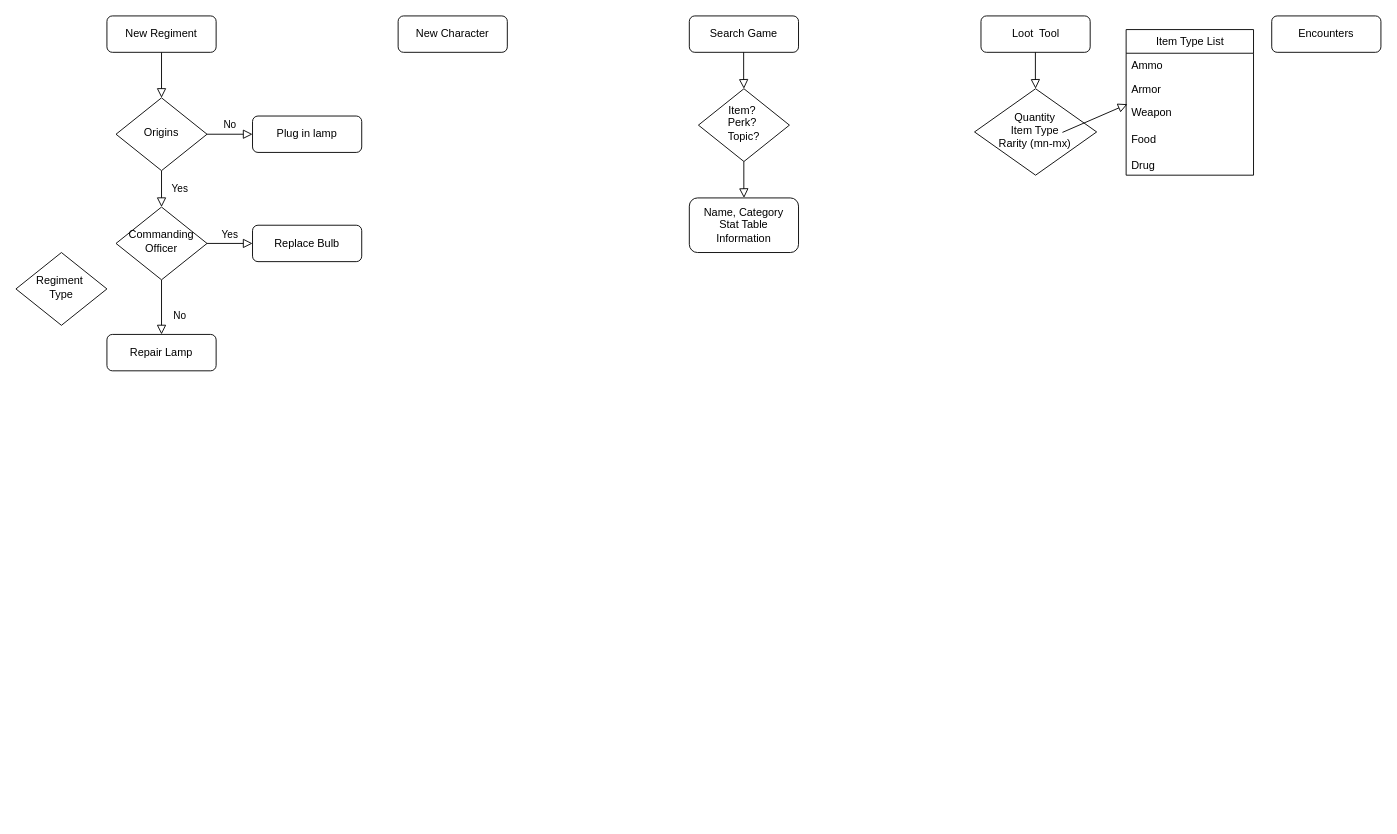
Earlier version of the draw.io diagram wh40k.drawio (stsan0/stsan0.github.io). Source tidied: cells renumbered, new cells numbered last; positions are measured from the earlier drawing's top-left corner, leaving out a move shared by most shapes. Both pictures are drawn from the tidied source at 91%, with x=0, y=0 at pixel (15, 15).
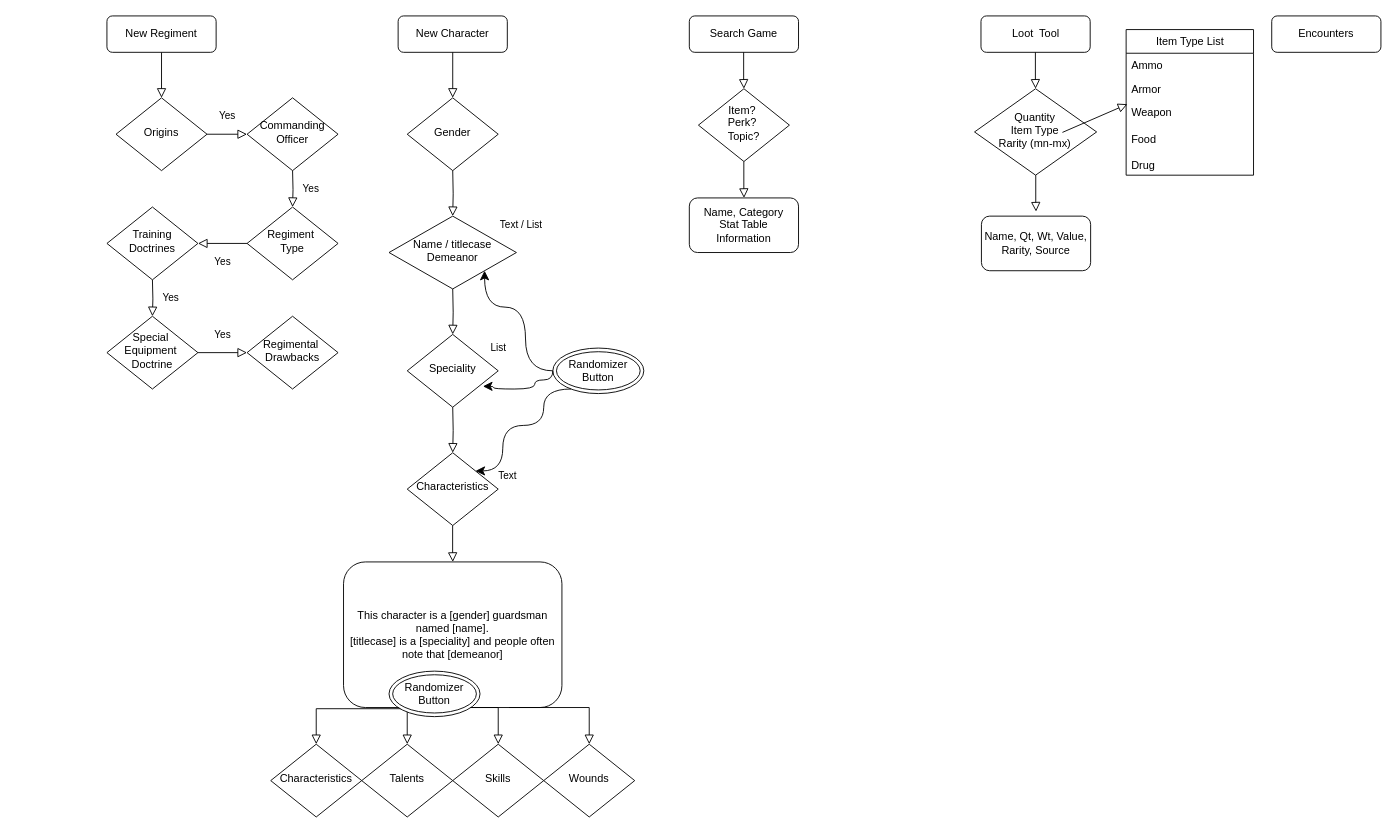
The same page after the edit.

Unchanged cells that the change refers to:
```xml
<mxCell id="6" value="Origins" style="rhombus;whiteSpace=wrap;html=1;shadow=0;fontFamily=Helvetica;fontSize=12;align=center;strokeWidth=1;spacing=6;spacingTop=-4;" parent="1" vertex="1">
  <mxGeometry x="110" y="90" width="100" height="80" as="geometry" />
</mxCell>
<mxCell id="13" value="New Character" style="rounded=1;whiteSpace=wrap;html=1;fontSize=12;glass=0;strokeWidth=1;shadow=0;" parent="1" vertex="1">
  <mxGeometry x="420" width="120" height="40" as="geometry" />
</mxCell>
```

The edit, as a diff of the source:
```diff
@@
-    <mxCell id="5" value="No" style="edgeStyle=orthogonalEdgeStyle;rounded=0;html=1;jettySize=auto;fontSize=11;endArrow=block;endFill=0;endSize=8;strokeWidth=1;shadow=0;labelBackgroundColor=none;" parent="1" edge="1" source="6" target="7">
-      <mxGeometry y="10" relative="1" as="geometry" />
-    </mxCell>
@@
-    <mxCell id="7" value="Plug in lamp" style="rounded=1;whiteSpace=wrap;html=1;fontSize=12;glass=0;strokeWidth=1;shadow=0;" parent="1" vertex="1">
-      <mxGeometry x="260" y="110" width="120" height="40" as="geometry" />
-    </mxCell>
-    <mxCell id="8" value="No" style="rounded=0;html=1;jettySize=auto;endArrow=block;endFill=0;endSize=8;strokeWidth=1;shadow=0;edgeStyle=orthogonalEdgeStyle;" parent="1" edge="1" source="10" target="11">
-      <mxGeometry x="0.33" y="20" relative="1" as="geometry" />
-    </mxCell>
-    <mxCell id="9" value="Yes" style="edgeStyle=orthogonalEdgeStyle;rounded=0;html=1;jettySize=auto;fontSize=11;endArrow=block;endFill=0;endSize=8;strokeWidth=1;shadow=0;labelBackgroundColor=none;" parent="1" edge="1" source="10" target="12">
-      <mxGeometry y="10" relative="1" as="geometry" />
-    </mxCell>
     <mxCell id="10" value="&lt;div&gt;Commanding Officer&lt;/div&gt;" style="rhombus;whiteSpace=wrap;html=1;shadow=0;fontFamily=Helvetica;fontSize=12;align=center;strokeWidth=1;spacing=6;spacingTop=-4;" parent="1" vertex="1">
-      <mxGeometry x="110" y="210" width="100" height="80" as="geometry" />
+      <mxGeometry x="254" y="90" width="100" height="80" as="geometry" />
     </mxCell>
-    <mxCell id="11" value="Repair Lamp" style="rounded=1;whiteSpace=wrap;html=1;fontSize=12;glass=0;strokeWidth=1;shadow=0;" parent="1" vertex="1">
-      <mxGeometry x="100" y="350" width="120" height="40" as="geometry" />
-    </mxCell>
-    <mxCell id="12" value="Replace Bulb" style="rounded=1;whiteSpace=wrap;html=1;fontSize=12;glass=0;strokeWidth=1;shadow=0;" parent="1" vertex="1">
-      <mxGeometry x="260" y="230" width="120" height="40" as="geometry" />
-    </mxCell>
@@
+    <mxCell id="29" value="Yes" style="rounded=0;html=1;jettySize=auto;fontSize=11;endArrow=block;endFill=0;endSize=8;strokeWidth=1;shadow=0;labelBackgroundColor=none;edgeStyle=orthogonalEdgeStyle;" parent="1" edge="1" target="28">
+      <mxGeometry y="20" relative="1" as="geometry">
+        <mxPoint x="304" y="170" as="sourcePoint" />
+      </mxGeometry>
+    </mxCell>
     <mxCell id="28" value="&lt;div&gt;Regiment&amp;nbsp;&lt;/div&gt;&lt;div&gt;Type&lt;/div&gt;" style="rhombus;whiteSpace=wrap;html=1;shadow=0;fontFamily=Helvetica;fontSize=12;align=center;strokeWidth=1;spacing=6;spacingTop=-4;" parent="1" vertex="1">
-      <mxGeometry y="260" width="100" height="80" as="geometry" />
+      <mxGeometry x="254" y="210" width="100" height="80" as="geometry" />
     </mxCell>
+    <mxCell id="30" value="Yes" style="rounded=0;html=1;jettySize=auto;fontSize=11;endArrow=block;endFill=0;endSize=8;strokeWidth=1;shadow=0;labelBackgroundColor=none;edgeStyle=orthogonalEdgeStyle;entryX=1;entryY=0.5;entryDx=0;entryDy=0;exitX=0;exitY=0.5;exitDx=0;exitDy=0;" parent="1" edge="1" source="28" target="31">
+      <mxGeometry y="20" relative="1" as="geometry" />
+    </mxCell>
+    <mxCell id="31" value="&lt;div&gt;Training Doctrines&lt;/div&gt;" style="rhombus;whiteSpace=wrap;html=1;shadow=0;fontFamily=Helvetica;fontSize=12;align=center;strokeWidth=1;spacing=6;spacingTop=-4;" parent="1" vertex="1">
+      <mxGeometry x="100" y="210" width="100" height="80" as="geometry" />
+    </mxCell>
+    <mxCell id="32" value="Yes" style="rounded=0;html=1;jettySize=auto;fontSize=11;endArrow=block;endFill=0;endSize=8;strokeWidth=1;shadow=0;labelBackgroundColor=none;edgeStyle=orthogonalEdgeStyle;" parent="1" edge="1" target="33">
+      <mxGeometry y="20" relative="1" as="geometry">
+        <mxPoint x="150" y="290" as="sourcePoint" />
+      </mxGeometry>
+    </mxCell>
+    <mxCell id="33" value="&lt;div&gt;Special&amp;nbsp;&lt;/div&gt;&lt;div&gt;Equipment&amp;nbsp;&lt;/div&gt;&lt;div&gt;Doctrine&lt;/div&gt;" style="rhombus;whiteSpace=wrap;html=1;shadow=0;fontFamily=Helvetica;fontSize=12;align=center;strokeWidth=1;spacing=6;spacingTop=-4;" parent="1" vertex="1">
+      <mxGeometry x="100" y="330" width="100" height="80" as="geometry" />
+    </mxCell>
+    <mxCell id="34" value="Yes" style="rounded=0;html=1;jettySize=auto;fontSize=11;endArrow=block;endFill=0;endSize=8;strokeWidth=1;shadow=0;labelBackgroundColor=none;edgeStyle=orthogonalEdgeStyle;exitX=1;exitY=0.5;exitDx=0;exitDy=0;" parent="1" edge="1" source="33" target="35">
+      <mxGeometry y="20" relative="1" as="geometry" />
+    </mxCell>
+    <mxCell id="35" value="&lt;div&gt;Regimental&amp;nbsp;&lt;/div&gt;&lt;div&gt;Drawbacks&lt;/div&gt;" style="rhombus;whiteSpace=wrap;html=1;shadow=0;fontFamily=Helvetica;fontSize=12;align=center;strokeWidth=1;spacing=6;spacingTop=-4;" parent="1" vertex="1">
+      <mxGeometry x="254" y="330" width="100" height="80" as="geometry" />
+    </mxCell>
+    <mxCell id="36" style="rounded=0;html=1;jettySize=auto;fontSize=11;endArrow=block;endFill=0;endSize=8;strokeWidth=1;shadow=0;labelBackgroundColor=none;edgeStyle=orthogonalEdgeStyle;exitX=0.5;exitY=1;exitDx=0;exitDy=0;" parent="1" edge="1" source="13" target="37">
+      <mxGeometry relative="1" as="geometry" />
+    </mxCell>
+    <mxCell id="37" value="Gender" style="rhombus;whiteSpace=wrap;html=1;shadow=0;fontFamily=Helvetica;fontSize=12;align=center;strokeWidth=1;spacing=6;spacingTop=-4;" parent="1" vertex="1">
+      <mxGeometry x="430" y="90" width="100" height="80" as="geometry" />
+    </mxCell>
+    <mxCell id="38" style="rounded=0;html=1;jettySize=auto;fontSize=11;endArrow=block;endFill=0;endSize=8;strokeWidth=1;shadow=0;labelBackgroundColor=none;edgeStyle=orthogonalEdgeStyle;" parent="1" edge="1" target="39">
+      <mxGeometry relative="1" as="geometry">
+        <mxPoint x="480" y="170" as="sourcePoint" />
+      </mxGeometry>
+    </mxCell>
+    <mxCell id="39" value="Name / titlecase&lt;div&gt;Demeanor&lt;/div&gt;" style="rhombus;whiteSpace=wrap;html=1;shadow=0;fontFamily=Helvetica;fontSize=12;align=center;strokeWidth=1;spacing=6;spacingTop=-4;" parent="1" vertex="1">
+      <mxGeometry x="410" y="220" width="140" height="80" as="geometry" />
+    </mxCell>
+    <mxCell id="40" style="rounded=0;html=1;jettySize=auto;fontSize=11;endArrow=block;endFill=0;endSize=8;strokeWidth=1;shadow=0;labelBackgroundColor=none;edgeStyle=orthogonalEdgeStyle;" parent="1" edge="1" target="41">
+      <mxGeometry relative="1" as="geometry">
+        <mxPoint x="480" y="300" as="sourcePoint" />
+      </mxGeometry>
+    </mxCell>
+    <mxCell id="41" value="Speciality" style="rhombus;whiteSpace=wrap;html=1;shadow=0;fontFamily=Helvetica;fontSize=12;align=center;strokeWidth=1;spacing=6;spacingTop=-4;" parent="1" vertex="1">
+      <mxGeometry x="430" y="350" width="100" height="80" as="geometry" />
+    </mxCell>
+    <mxCell id="42" style="rounded=0;html=1;jettySize=auto;fontSize=11;endArrow=block;endFill=0;endSize=8;strokeWidth=1;shadow=0;labelBackgroundColor=none;edgeStyle=orthogonalEdgeStyle;" parent="1" edge="1" target="43">
+      <mxGeometry relative="1" as="geometry">
+        <mxPoint x="480" y="430" as="sourcePoint" />
+      </mxGeometry>
+    </mxCell>
+    <mxCell id="43" value="Characteristics" style="rhombus;whiteSpace=wrap;html=1;shadow=0;fontFamily=Helvetica;fontSize=12;align=center;strokeWidth=1;spacing=6;spacingTop=-4;" parent="1" vertex="1">
+      <mxGeometry x="430" y="480" width="100" height="80" as="geometry" />
+    </mxCell>
+    <mxCell id="44" value="Name, Qt, Wt, Value, Rarity, Source" style="rounded=1;whiteSpace=wrap;html=1;fontSize=12;glass=0;strokeWidth=1;shadow=0;" parent="1" vertex="1">
+      <mxGeometry x="1061" y="220" width="120" height="60" as="geometry" />
+    </mxCell>
+    <mxCell id="45" style="rounded=0;html=1;jettySize=auto;orthogonalLoop=1;fontSize=11;endArrow=block;endFill=0;endSize=8;strokeWidth=1;shadow=0;labelBackgroundColor=none;edgeStyle=orthogonalEdgeStyle;" parent="1" edge="1">
+      <mxGeometry relative="1" as="geometry">
+        <mxPoint x="1120.7" y="175" as="sourcePoint" />
+        <mxPoint x="1121" y="215" as="targetPoint" />
+        <Array as="points">
+          <mxPoint x="1120.7" y="205" />
+          <mxPoint x="1120.7" y="205" />
+        </Array>
+      </mxGeometry>
+    </mxCell>
+    <mxCell id="46" value="This character is a [gender] guardsman named [name].&lt;div&gt;[titlecase] is a [speciality] and people often note that [demeanor]&lt;/div&gt;" style="rounded=1;whiteSpace=wrap;html=1;fontSize=12;glass=0;strokeWidth=1;shadow=0;" parent="1" vertex="1">
+      <mxGeometry x="360" y="600" width="240" height="160" as="geometry" />
+    </mxCell>
+    <mxCell id="47" style="rounded=0;html=1;jettySize=auto;orthogonalLoop=1;fontSize=11;endArrow=block;endFill=0;endSize=8;strokeWidth=1;shadow=0;labelBackgroundColor=none;edgeStyle=orthogonalEdgeStyle;" parent="1" edge="1">
+      <mxGeometry relative="1" as="geometry">
+        <mxPoint x="479.9" y="560" as="sourcePoint" />
+        <mxPoint x="480.1" y="600" as="targetPoint" />
+        <Array as="points">
+          <mxPoint x="479.9" y="590" />
+          <mxPoint x="479.9" y="590" />
+        </Array>
+      </mxGeometry>
+    </mxCell>
+    <mxCell id="48" style="rounded=0;html=1;jettySize=auto;fontSize=11;endArrow=block;endFill=0;endSize=8;strokeWidth=1;shadow=0;labelBackgroundColor=none;edgeStyle=orthogonalEdgeStyle;" parent="1" edge="1" target="49">
+      <mxGeometry relative="1" as="geometry">
+        <mxPoint x="440" y="760.3" as="sourcePoint" />
+        <Array as="points">
+          <mxPoint x="450" y="760.3" />
+          <mxPoint x="450" y="761.3" />
+          <mxPoint x="330" y="761.3" />
+        </Array>
+      </mxGeometry>
+    </mxCell>
+    <mxCell id="49" value="Characteristics" style="rhombus;whiteSpace=wrap;html=1;shadow=0;fontFamily=Helvetica;fontSize=12;align=center;strokeWidth=1;spacing=6;spacingTop=-4;" parent="1" vertex="1">
+      <mxGeometry x="280" y="800.3" width="100" height="80" as="geometry" />
+    </mxCell>
+    <mxCell id="50" style="rounded=0;html=1;jettySize=auto;fontSize=11;endArrow=block;endFill=0;endSize=8;strokeWidth=1;shadow=0;labelBackgroundColor=none;edgeStyle=orthogonalEdgeStyle;entryX=0.5;entryY=0;entryDx=0;entryDy=0;" parent="1" edge="1" target="51">
+      <mxGeometry relative="1" as="geometry">
+        <mxPoint x="430" y="760.3" as="sourcePoint" />
+        <Array as="points">
+          <mxPoint x="430" y="780.3" />
+          <mxPoint x="430" y="780.3" />
+        </Array>
+      </mxGeometry>
+    </mxCell>
+    <mxCell id="51" value="Talents" style="rhombus;whiteSpace=wrap;html=1;shadow=0;fontFamily=Helvetica;fontSize=12;align=center;strokeWidth=1;spacing=6;spacingTop=-4;" parent="1" vertex="1">
+      <mxGeometry x="380" y="800.3" width="100" height="80" as="geometry" />
+    </mxCell>
+    <mxCell id="52" style="rounded=0;html=1;jettySize=auto;fontSize=11;endArrow=block;endFill=0;endSize=8;strokeWidth=1;shadow=0;labelBackgroundColor=none;edgeStyle=orthogonalEdgeStyle;entryX=0.5;entryY=0;entryDx=0;entryDy=0;exitX=0.543;exitY=0.998;exitDx=0;exitDy=0;exitPerimeter=0;" parent="1" edge="1" target="53">
+      <mxGeometry relative="1" as="geometry">
+        <mxPoint x="450.3" y="760" as="sourcePoint" />
+        <Array as="points">
+          <mxPoint x="530" y="760.3" />
+        </Array>
+      </mxGeometry>
+    </mxCell>
+    <mxCell id="53" value="Skills" style="rhombus;whiteSpace=wrap;html=1;shadow=0;fontFamily=Helvetica;fontSize=12;align=center;strokeWidth=1;spacing=6;spacingTop=-4;" parent="1" vertex="1">
+      <mxGeometry x="480" y="800.3" width="100" height="80" as="geometry" />
+    </mxCell>
+    <mxCell id="54" style="rounded=0;html=1;jettySize=auto;fontSize=11;endArrow=block;endFill=0;endSize=8;strokeWidth=1;shadow=0;labelBackgroundColor=none;edgeStyle=orthogonalEdgeStyle;entryX=0.5;entryY=0;entryDx=0;entryDy=0;exitX=0.925;exitY=0.998;exitDx=0;exitDy=0;exitPerimeter=0;" parent="1" edge="1" target="55">
+      <mxGeometry relative="1" as="geometry">
+        <mxPoint x="542" y="760" as="sourcePoint" />
+        <Array as="points">
+          <mxPoint x="630" y="760.3" />
+        </Array>
+      </mxGeometry>
+    </mxCell>
+    <mxCell id="55" value="Wounds" style="rhombus;whiteSpace=wrap;html=1;shadow=0;fontFamily=Helvetica;fontSize=12;align=center;strokeWidth=1;spacing=6;spacingTop=-4;" parent="1" vertex="1">
+      <mxGeometry x="580" y="800.3" width="100" height="80" as="geometry" />
+    </mxCell>
+    <mxCell id="56" value="Text / List" style="text;html=1;align=center;verticalAlign=middle;strokeColor=none;fillColor=none;fontFamily=Helvetica;fontSize=11;fontColor=default;labelBackgroundColor=none;" parent="1" vertex="1">
+      <mxGeometry x="520" y="215" width="70" height="30" as="geometry" />
+    </mxCell>
+    <mxCell id="57" value="List" style="text;html=1;align=center;verticalAlign=middle;strokeColor=none;fillColor=none;fontFamily=Helvetica;fontSize=11;fontColor=default;labelBackgroundColor=none;" parent="1" vertex="1">
+      <mxGeometry x="510" y="350" width="40" height="30" as="geometry" />
+    </mxCell>
+    <mxCell id="58" value="Text" style="text;html=1;align=center;verticalAlign=middle;strokeColor=none;fillColor=none;fontFamily=Helvetica;fontSize=11;fontColor=default;labelBackgroundColor=none;" parent="1" vertex="1">
+      <mxGeometry x="520" y="490" width="40" height="30" as="geometry" />
+    </mxCell>
+    <mxCell id="59" value="&lt;span style=&quot;font-size: 12px;&quot;&gt;Randomizer Button&lt;/span&gt;" style="ellipse;shape=doubleEllipse;whiteSpace=wrap;html=1;fontFamily=Helvetica;fontSize=11;fontColor=default;labelBackgroundColor=none;" parent="1" vertex="1">
+      <mxGeometry x="590" y="365" width="100" height="50" as="geometry" />
+    </mxCell>
+    <mxCell id="60" style="curved=1;endArrow=classic;html=1;rounded=0;shadow=0;strokeColor=default;strokeWidth=1;align=center;verticalAlign=middle;fontFamily=Helvetica;fontSize=11;fontColor=default;labelBackgroundColor=none;edgeStyle=orthogonalEdgeStyle;endSize=8;entryX=1;entryY=1;entryDx=0;entryDy=0;exitX=0;exitY=0.5;exitDx=0;exitDy=0;" parent="1" edge="1" source="59" target="39">
+      <mxGeometry relative="1" as="geometry">
+        <Array as="points">
+          <mxPoint x="560" y="390" />
+          <mxPoint x="560" y="320" />
+          <mxPoint x="515" y="320" />
+        </Array>
+      </mxGeometry>
+    </mxCell>
+    <mxCell id="61" style="curved=1;endArrow=classic;html=1;rounded=0;shadow=0;strokeColor=default;strokeWidth=1;align=center;verticalAlign=middle;fontFamily=Helvetica;fontSize=11;fontColor=default;labelBackgroundColor=none;edgeStyle=orthogonalEdgeStyle;endSize=8;entryX=0.832;entryY=0.713;entryDx=0;entryDy=0;entryPerimeter=0;" parent="1" edge="1" target="41">
+      <mxGeometry relative="1" as="geometry">
+        <mxPoint x="590" y="390" as="sourcePoint" />
+        <Array as="points">
+          <mxPoint x="590" y="400" />
+          <mxPoint x="570" y="400" />
+          <mxPoint x="570" y="410" />
+          <mxPoint x="525" y="410" />
+          <mxPoint x="525" y="407" />
+        </Array>
+      </mxGeometry>
+    </mxCell>
+    <mxCell id="62" style="curved=1;endArrow=classic;html=1;rounded=0;shadow=0;strokeColor=default;strokeWidth=1;align=center;verticalAlign=middle;fontFamily=Helvetica;fontSize=11;fontColor=default;labelBackgroundColor=none;edgeStyle=orthogonalEdgeStyle;endSize=8;entryX=1;entryY=0;entryDx=0;entryDy=0;exitX=0;exitY=0.5;exitDx=0;exitDy=0;" parent="1" edge="1" target="43">
+      <mxGeometry relative="1" as="geometry">
+        <mxPoint x="610" y="410" as="sourcePoint" />
+        <Array as="points">
+          <mxPoint x="580" y="410" />
+          <mxPoint x="580" y="450" />
+          <mxPoint x="535" y="450" />
+          <mxPoint x="535" y="500" />
+        </Array>
+      </mxGeometry>
+    </mxCell>
+    <mxCell id="63" value="&lt;span style=&quot;font-size: 12px;&quot;&gt;Randomizer Button&lt;/span&gt;" style="ellipse;shape=doubleEllipse;whiteSpace=wrap;html=1;fontFamily=Helvetica;fontSize=11;fontColor=default;labelBackgroundColor=none;" parent="1" vertex="1">
+      <mxGeometry x="410" y="720" width="100" height="50" as="geometry" />
+    </mxCell>
```
